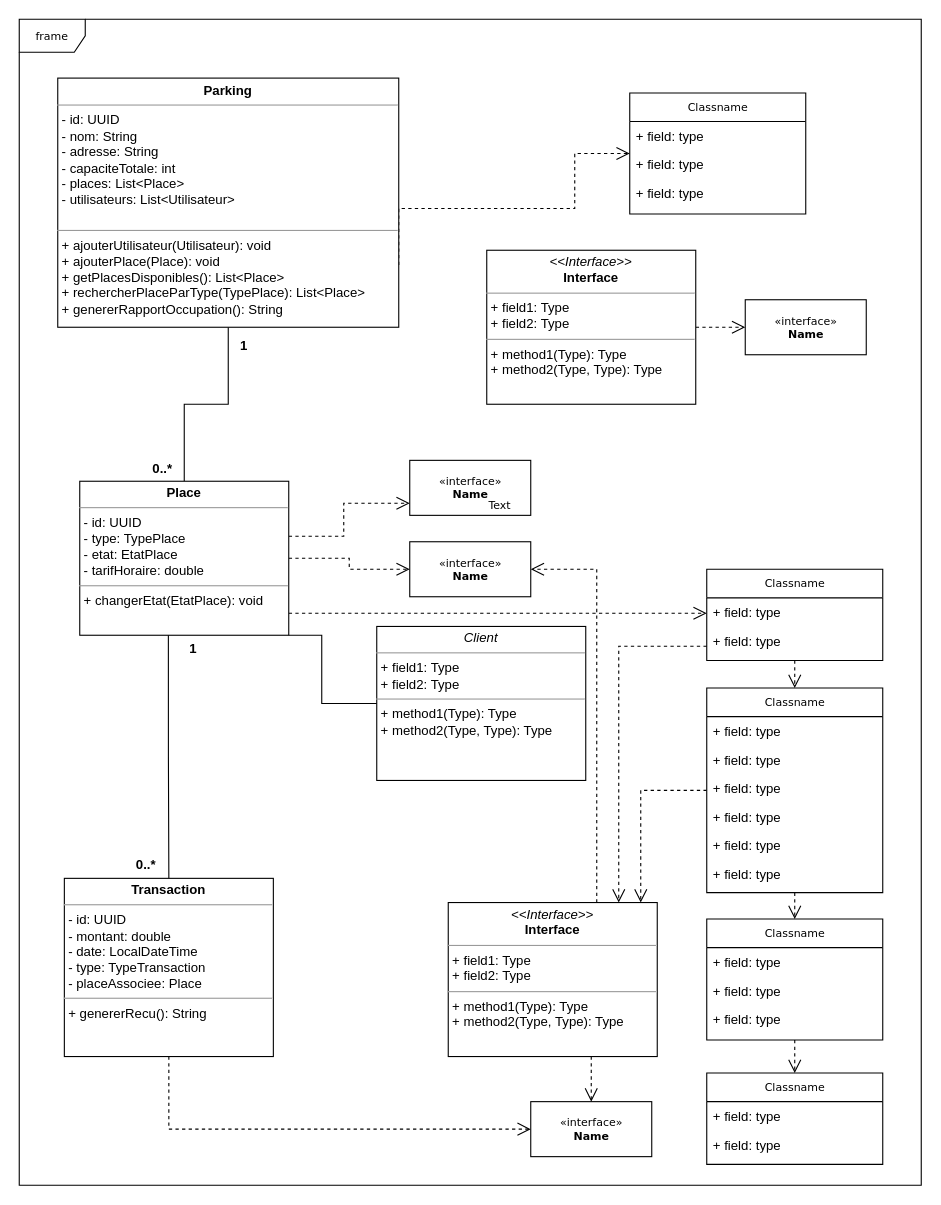
Earlier version of the draw.io diagram images/Diagramme sans nom.drawio (Yassinean/School-Web). Source tidied: cells renumbered, new cells numbered last; positions are measured from the earlier drawing's top-left corner, leaving out a move shared by most shapes. Both pictures are drawn from the tidied source at 110%, with x=0, y=0 at pixel (19, 19).
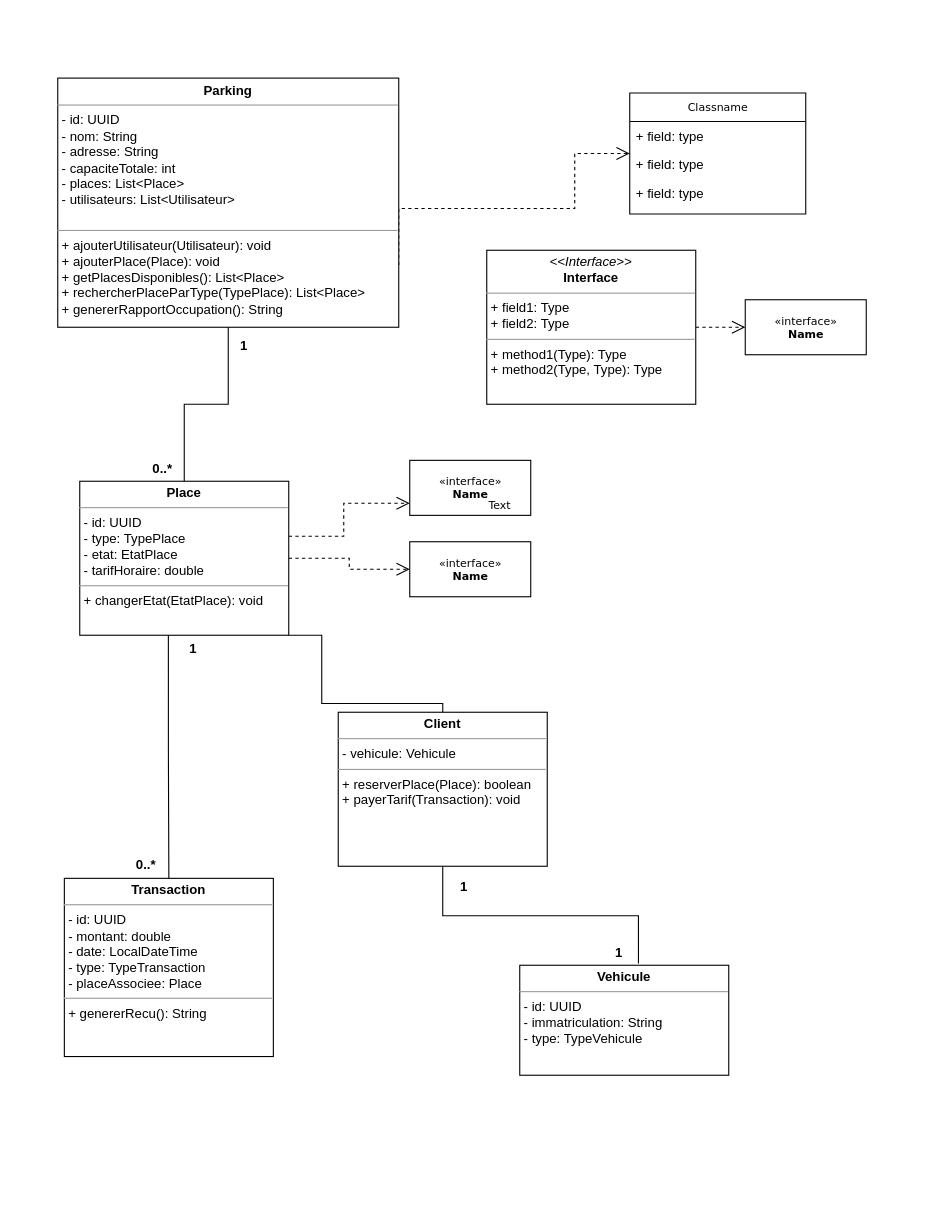
Above is the later version.

Commit message (it also covers changes not shown here):
Mettre à jour Diagramme sans nom.drawio

Unchanged cells that the change refers to:
```xml
<mxCell id="34" value="&lt;p style=&quot;margin:0px;margin-top:4px;text-align:center;&quot;&gt;&lt;b&gt;Transaction&lt;/b&gt;&lt;/p&gt;&lt;hr size=&quot;1&quot;&gt;&lt;p style=&quot;margin:0px;margin-left:4px;&quot;&gt;- id: UUID&lt;/p&gt;&lt;p style=&quot;margin:0px;margin-left:4px;&quot;&gt;- montant: double&lt;/p&gt;&lt;p style=&quot;margin:0px;margin-left:4px;&quot;&gt;- date: LocalDateTime&lt;/p&gt;&lt;p style=&quot;margin:0px;margin-left:4px;&quot;&gt;- type: TypeTransaction&lt;/p&gt;&lt;p style=&quot;margin:0px;margin-left:4px;&quot;&gt;&lt;span style=&quot;background-color: initial;&quot;&gt;- placeAssociee: Place&lt;/span&gt;&lt;/p&gt;&lt;hr size=&quot;1&quot;&gt;&lt;p style=&quot;margin:0px;margin-left:4px;&quot;&gt;+ genererRecu(): String&lt;/p&gt;" style="verticalAlign=top;align=left;overflow=fill;fontSize=12;fontFamily=Helvetica;html=1;rounded=0;shadow=0;comic=0;labelBackgroundColor=none;strokeWidth=1;" parent="1" vertex="1">
  <mxGeometry x="41" y="781" width="190" height="162" as="geometry" />
</mxCell>
<mxCell id="35" value="&amp;laquo;interface&amp;raquo;&lt;br&gt;&lt;b&gt;Name&lt;/b&gt;" style="html=1;rounded=0;shadow=0;comic=0;labelBackgroundColor=none;strokeWidth=1;fontFamily=Verdana;fontSize=10;align=center;" parent="1" vertex="1">
  <mxGeometry x="355" y="475" width="110" height="50" as="geometry" />
</mxCell>
<mxCell id="49" value="&lt;p style=&quot;margin:0px;margin-top:4px;text-align:center;&quot;&gt;&lt;b&gt;Place&lt;/b&gt;&lt;/p&gt;&lt;hr size=&quot;1&quot;&gt;&lt;p style=&quot;margin:0px;margin-left:4px;&quot;&gt;- id: UUID&lt;/p&gt;&lt;p style=&quot;margin:0px;margin-left:4px;&quot;&gt;- type: TypePlace&lt;/p&gt;&lt;p style=&quot;margin:0px;margin-left:4px;&quot;&gt;- etat: EtatPlace&lt;/p&gt;&lt;p style=&quot;margin:0px;margin-left:4px;&quot;&gt;- tarifHoraire: double&lt;/p&gt;&lt;hr size=&quot;1&quot;&gt;&lt;p style=&quot;margin:0px;margin-left:4px;&quot;&gt;+&lt;span style=&quot;background-color: initial;&quot;&gt;&amp;nbsp;changerEtat(EtatPlace): void&lt;/span&gt;&lt;/p&gt;" style="verticalAlign=top;align=left;overflow=fill;fontSize=12;fontFamily=Helvetica;html=1;rounded=0;shadow=0;comic=0;labelBackgroundColor=none;strokeWidth=1;" parent="1" vertex="1">
  <mxGeometry x="55" y="420" width="190" height="140" as="geometry" />
</mxCell>
```

Change to the diagram source:
```diff
@@
-    <mxCell id="2" value="frame" style="shape=umlFrame;whiteSpace=wrap;html=1;rounded=0;shadow=0;comic=0;labelBackgroundColor=none;strokeWidth=1;fontFamily=Verdana;fontSize=10;align=center;" parent="1" vertex="1">
-      <mxGeometry width="820" height="1060" as="geometry" />
-    </mxCell>
-    <mxCell id="3" style="edgeStyle=orthogonalEdgeStyle;rounded=0;html=1;dashed=1;labelBackgroundColor=none;startFill=0;endArrow=open;endFill=0;endSize=10;fontFamily=Verdana;fontSize=10;" parent="1" edge="1" source="5" target="31">
-      <mxGeometry relative="1" as="geometry">
-        <Array as="points">
-          <mxPoint x="565" y="701" />
-        </Array>
-      </mxGeometry>
-    </mxCell>
-    <mxCell id="4" style="edgeStyle=orthogonalEdgeStyle;rounded=0;html=1;dashed=1;labelBackgroundColor=none;startFill=0;endArrow=open;endFill=0;endSize=10;fontFamily=Verdana;fontSize=10;" parent="1" edge="1" source="5" target="20">
-      <mxGeometry relative="1" as="geometry" />
-    </mxCell>
-    <mxCell id="5" value="Classname" style="swimlane;html=1;fontStyle=0;horizontal=1;startSize=26;fillColor=none;swimlaneFillColor=#ffffff;rounded=0;shadow=0;comic=0;labelBackgroundColor=none;strokeWidth=1;fontFamily=Verdana;fontSize=10;align=center;" parent="1" vertex="1">
-      <mxGeometry x="625" y="608" width="160" height="186" as="geometry" />
-    </mxCell>
-    <mxCell id="6" value="+ field: type" style="text;html=1;strokeColor=none;fillColor=none;align=left;verticalAlign=top;spacingLeft=4;spacingRight=4;whiteSpace=wrap;overflow=hidden;" parent="5" vertex="1">
-      <mxGeometry y="26" width="160" height="26" as="geometry" />
-    </mxCell>
-    <mxCell id="7" value="+ field: type" style="text;html=1;strokeColor=none;fillColor=none;align=left;verticalAlign=top;spacingLeft=4;spacingRight=4;whiteSpace=wrap;overflow=hidden;" parent="5" vertex="1">
-      <mxGeometry y="52" width="160" height="26" as="geometry" />
-    </mxCell>
-    <mxCell id="8" value="+ field: type" style="text;html=1;strokeColor=none;fillColor=none;align=left;verticalAlign=top;spacingLeft=4;spacingRight=4;whiteSpace=wrap;overflow=hidden;" parent="5" vertex="1">
-      <mxGeometry y="78" width="160" height="26" as="geometry" />
-    </mxCell>
-    <mxCell id="9" value="+ field: type" style="text;html=1;strokeColor=none;fillColor=none;align=left;verticalAlign=top;spacingLeft=4;spacingRight=4;whiteSpace=wrap;overflow=hidden;" parent="5" vertex="1">
-      <mxGeometry y="104" width="160" height="26" as="geometry" />
-    </mxCell>
-    <mxCell id="10" value="+ field: type" style="text;html=1;strokeColor=none;fillColor=none;align=left;verticalAlign=top;spacingLeft=4;spacingRight=4;whiteSpace=wrap;overflow=hidden;" parent="5" vertex="1">
-      <mxGeometry y="130" width="160" height="26" as="geometry" />
-    </mxCell>
-    <mxCell id="11" value="+ field: type" style="text;html=1;strokeColor=none;fillColor=none;align=left;verticalAlign=top;spacingLeft=4;spacingRight=4;whiteSpace=wrap;overflow=hidden;" parent="5" vertex="1">
-      <mxGeometry y="156" width="160" height="26" as="geometry" />
-    </mxCell>
@@
-    <mxCell id="16" value="Classname" style="swimlane;html=1;fontStyle=0;horizontal=1;startSize=26;fillColor=none;swimlaneFillColor=#ffffff;rounded=0;shadow=0;comic=0;labelBackgroundColor=none;strokeWidth=1;fontFamily=Verdana;fontSize=10;align=center;" parent="1" vertex="1">
-      <mxGeometry x="625" y="958" width="160" height="83" as="geometry" />
-    </mxCell>
-    <mxCell id="17" value="+ field: type" style="text;html=1;strokeColor=none;fillColor=none;align=left;verticalAlign=top;spacingLeft=4;spacingRight=4;whiteSpace=wrap;overflow=hidden;" parent="16" vertex="1">
-      <mxGeometry y="26" width="160" height="26" as="geometry" />
-    </mxCell>
-    <mxCell id="18" value="+ field: type" style="text;html=1;strokeColor=none;fillColor=none;align=left;verticalAlign=top;spacingLeft=4;spacingRight=4;whiteSpace=wrap;overflow=hidden;" parent="16" vertex="1">
-      <mxGeometry y="52" width="160" height="26" as="geometry" />
-    </mxCell>
-    <mxCell id="19" style="edgeStyle=orthogonalEdgeStyle;rounded=0;html=1;dashed=1;labelBackgroundColor=none;startFill=0;endArrow=open;endFill=0;endSize=10;fontFamily=Verdana;fontSize=10;" parent="1" edge="1" source="20" target="16">
-      <mxGeometry relative="1" as="geometry" />
-    </mxCell>
-    <mxCell id="20" value="Classname" style="swimlane;html=1;fontStyle=0;horizontal=1;startSize=26;fillColor=none;swimlaneFillColor=#ffffff;rounded=0;shadow=0;comic=0;labelBackgroundColor=none;strokeWidth=1;fontFamily=Verdana;fontSize=10;align=center;" parent="1" vertex="1">
-      <mxGeometry x="625" y="818" width="160" height="110" as="geometry" />
-    </mxCell>
-    <mxCell id="21" value="+ field: type" style="text;html=1;strokeColor=none;fillColor=none;align=left;verticalAlign=top;spacingLeft=4;spacingRight=4;whiteSpace=wrap;overflow=hidden;" parent="20" vertex="1">
-      <mxGeometry y="26" width="160" height="26" as="geometry" />
-    </mxCell>
-    <mxCell id="22" value="+ field: type" style="text;html=1;strokeColor=none;fillColor=none;align=left;verticalAlign=top;spacingLeft=4;spacingRight=4;whiteSpace=wrap;overflow=hidden;" parent="20" vertex="1">
-      <mxGeometry y="52" width="160" height="26" as="geometry" />
-    </mxCell>
-    <mxCell id="23" value="+ field: type" style="text;html=1;strokeColor=none;fillColor=none;align=left;verticalAlign=top;spacingLeft=4;spacingRight=4;whiteSpace=wrap;overflow=hidden;" parent="20" vertex="1">
-      <mxGeometry y="78" width="160" height="26" as="geometry" />
-    </mxCell>
-    <mxCell id="24" style="edgeStyle=orthogonalEdgeStyle;rounded=0;html=1;dashed=1;labelBackgroundColor=none;startFill=0;endArrow=open;endFill=0;endSize=10;fontFamily=Verdana;fontSize=10;" parent="1" edge="1" source="25" target="5">
-      <mxGeometry relative="1" as="geometry" />
-    </mxCell>
-    <mxCell id="25" value="Classname" style="swimlane;html=1;fontStyle=0;horizontal=1;startSize=26;fillColor=none;swimlaneFillColor=#ffffff;rounded=0;shadow=0;comic=0;labelBackgroundColor=none;strokeWidth=1;fontFamily=Verdana;fontSize=10;align=center;" parent="1" vertex="1">
-      <mxGeometry x="625" y="500" width="160" height="83" as="geometry" />
-    </mxCell>
-    <mxCell id="26" value="+ field: type" style="text;html=1;strokeColor=none;fillColor=none;align=left;verticalAlign=top;spacingLeft=4;spacingRight=4;whiteSpace=wrap;overflow=hidden;" parent="25" vertex="1">
-      <mxGeometry y="26" width="160" height="26" as="geometry" />
-    </mxCell>
-    <mxCell id="27" value="+ field: type" style="text;html=1;strokeColor=none;fillColor=none;align=left;verticalAlign=top;spacingLeft=4;spacingRight=4;whiteSpace=wrap;overflow=hidden;" parent="25" vertex="1">
-      <mxGeometry y="52" width="160" height="26" as="geometry" />
-    </mxCell>
-    <mxCell id="28" value="&amp;laquo;interface&amp;raquo;&lt;br&gt;&lt;b&gt;Name&lt;/b&gt;" style="html=1;rounded=0;shadow=0;comic=0;labelBackgroundColor=none;strokeWidth=1;fontFamily=Verdana;fontSize=10;align=center;" parent="1" vertex="1">
-      <mxGeometry x="465" y="984" width="110" height="50" as="geometry" />
-    </mxCell>
-    <mxCell id="29" style="edgeStyle=orthogonalEdgeStyle;rounded=0;html=1;dashed=1;labelBackgroundColor=none;startFill=0;endArrow=open;endFill=0;endSize=10;fontFamily=Verdana;fontSize=10;" parent="1" edge="1" source="31" target="28">
-      <mxGeometry relative="1" as="geometry">
-        <Array as="points">
-          <mxPoint x="520" y="950" />
-          <mxPoint x="520" y="950" />
-        </Array>
-      </mxGeometry>
-    </mxCell>
-    <mxCell id="30" style="edgeStyle=orthogonalEdgeStyle;rounded=0;html=1;dashed=1;labelBackgroundColor=none;startFill=0;endArrow=open;endFill=0;endSize=10;fontFamily=Verdana;fontSize=10;" parent="1" edge="1" source="31" target="35">
-      <mxGeometry relative="1" as="geometry">
-        <Array as="points">
-          <mxPoint x="525" y="500" />
-        </Array>
-      </mxGeometry>
-    </mxCell>
-    <mxCell id="31" value="&lt;p style=&quot;margin:0px;margin-top:4px;text-align:center;&quot;&gt;&lt;i&gt;&amp;lt;&amp;lt;Interface&amp;gt;&amp;gt;&lt;/i&gt;&lt;br/&gt;&lt;b&gt;Interface&lt;/b&gt;&lt;/p&gt;&lt;hr size=&quot;1&quot;/&gt;&lt;p style=&quot;margin:0px;margin-left:4px;&quot;&gt;+ field1: Type&lt;br/&gt;+ field2: Type&lt;/p&gt;&lt;hr size=&quot;1&quot;/&gt;&lt;p style=&quot;margin:0px;margin-left:4px;&quot;&gt;+ method1(Type): Type&lt;br/&gt;+ method2(Type, Type): Type&lt;/p&gt;" style="verticalAlign=top;align=left;overflow=fill;fontSize=12;fontFamily=Helvetica;html=1;rounded=0;shadow=0;comic=0;labelBackgroundColor=none;strokeWidth=1;" parent="1" vertex="1">
-      <mxGeometry x="390" y="803" width="190" height="140" as="geometry" />
-    </mxCell>
+    <mxCell id="55" style="edgeStyle=orthogonalEdgeStyle;rounded=0;jettySize=auto;html=1;exitX=0.5;exitY=1;exitDx=0;exitDy=0;entryX=0.568;entryY=-0.016;entryDx=0;entryDy=0;endArrow=none;endFill=0;entryPerimeter=0;" parent="1" edge="1" source="32" target="56">
+      <mxGeometry relative="1" as="geometry" />
+    </mxCell>
-    <mxCell id="32" value="&lt;p style=&quot;margin:0px;margin-top:4px;text-align:center;&quot;&gt;&lt;i&gt;Client&lt;/i&gt;&lt;/p&gt;&lt;hr size=&quot;1&quot;&gt;&lt;p style=&quot;margin:0px;margin-left:4px;&quot;&gt;+ field1: Type&lt;br&gt;+ field2: Type&lt;/p&gt;&lt;hr size=&quot;1&quot;&gt;&lt;p style=&quot;margin:0px;margin-left:4px;&quot;&gt;+ method1(Type): Type&lt;br&gt;+ method2(Type, Type): Type&lt;/p&gt;" style="verticalAlign=top;align=left;overflow=fill;fontSize=12;fontFamily=Helvetica;html=1;rounded=0;shadow=0;comic=0;labelBackgroundColor=none;strokeWidth=1;" parent="1" vertex="1">
-      <mxGeometry x="325" y="552" width="190" height="140" as="geometry" />
+    <mxCell id="32" value="&lt;p style=&quot;margin:0px;margin-top:4px;text-align:center;&quot;&gt;&lt;b&gt;Client&lt;/b&gt;&lt;/p&gt;&lt;hr size=&quot;1&quot;&gt;&lt;p style=&quot;margin:0px;margin-left:4px;&quot;&gt;- vehicule: Vehicule&lt;/p&gt;&lt;hr size=&quot;1&quot;&gt;&lt;p style=&quot;margin:0px;margin-left:4px;&quot;&gt;+ reserverPlace(Place): boolean&lt;/p&gt;&lt;p style=&quot;margin:0px;margin-left:4px;&quot;&gt;+ payerTarif(Transaction): void&lt;/p&gt;" style="verticalAlign=top;align=left;overflow=fill;fontSize=12;fontFamily=Helvetica;html=1;rounded=0;shadow=0;comic=0;labelBackgroundColor=none;strokeWidth=1;" parent="1" vertex="1">
+      <mxGeometry x="290" y="630" width="190" height="140" as="geometry" />
     </mxCell>
-    <mxCell id="33" style="edgeStyle=orthogonalEdgeStyle;rounded=0;html=1;dashed=1;labelBackgroundColor=none;startFill=0;endArrow=open;endFill=0;endSize=10;fontFamily=Verdana;fontSize=10;" parent="1" edge="1" source="34" target="28">
-      <mxGeometry relative="1" as="geometry">
-        <Array as="points">
-          <mxPoint x="385" y="1009" />
-          <mxPoint x="385" y="1009" />
-        </Array>
-      </mxGeometry>
-    </mxCell>
@@
-    <mxCell id="47" style="edgeStyle=orthogonalEdgeStyle;rounded=0;html=1;dashed=1;labelBackgroundColor=none;startFill=0;endArrow=open;endFill=0;endSize=10;fontFamily=Verdana;fontSize=10;" parent="1" edge="1" source="49" target="25">
-      <mxGeometry relative="1" as="geometry">
-        <Array as="points">
-          <mxPoint x="325" y="540" />
-          <mxPoint x="325" y="540" />
-        </Array>
-      </mxGeometry>
-    </mxCell>
@@
-    <mxCell id="50" style="edgeStyle=orthogonalEdgeStyle;rounded=0;html=1;dashed=1;labelBackgroundColor=none;startFill=0;endArrow=open;endFill=0;endSize=10;fontFamily=Verdana;fontSize=10;" parent="1" edge="1" source="25" target="31">
-      <mxGeometry relative="1" as="geometry">
-        <Array as="points">
-          <mxPoint x="545" y="570" />
-        </Array>
-      </mxGeometry>
-    </mxCell>
@@
+    <mxCell id="56" value="&lt;p style=&quot;margin:0px;margin-top:4px;text-align:center;&quot;&gt;&lt;b&gt;Vehicule&lt;/b&gt;&lt;/p&gt;&lt;hr size=&quot;1&quot;&gt;&lt;p style=&quot;margin:0px;margin-left:4px;&quot;&gt;- id: UUID&lt;/p&gt;&lt;p style=&quot;margin:0px;margin-left:4px;&quot;&gt;- immatriculation: String&lt;/p&gt;&lt;p style=&quot;margin:0px;margin-left:4px;&quot;&gt;- type: TypeVehicule&lt;/p&gt;" style="verticalAlign=top;align=left;overflow=fill;fontSize=12;fontFamily=Helvetica;html=1;rounded=0;shadow=0;comic=0;labelBackgroundColor=none;strokeWidth=1;" parent="1" vertex="1">
+      <mxGeometry x="455" y="860" width="190" height="100" as="geometry" />
+    </mxCell>
+    <mxCell id="57" value="&lt;font style=&quot;font-size: 12px;&quot;&gt;1&lt;/font&gt;" style="text;strokeColor=none;fillColor=none;html=1;fontSize=24;fontStyle=1;verticalAlign=middle;align=center;" parent="1" vertex="1">
+      <mxGeometry x="525" y="830" width="40" height="30" as="geometry" />
+    </mxCell>
+    <mxCell id="58" value="&lt;font style=&quot;font-size: 12px;&quot;&gt;1&lt;/font&gt;" style="text;strokeColor=none;fillColor=none;html=1;fontSize=24;fontStyle=1;verticalAlign=middle;align=center;" parent="1" vertex="1">
+      <mxGeometry x="384" y="770" width="40" height="30" as="geometry" />
+    </mxCell>
```
